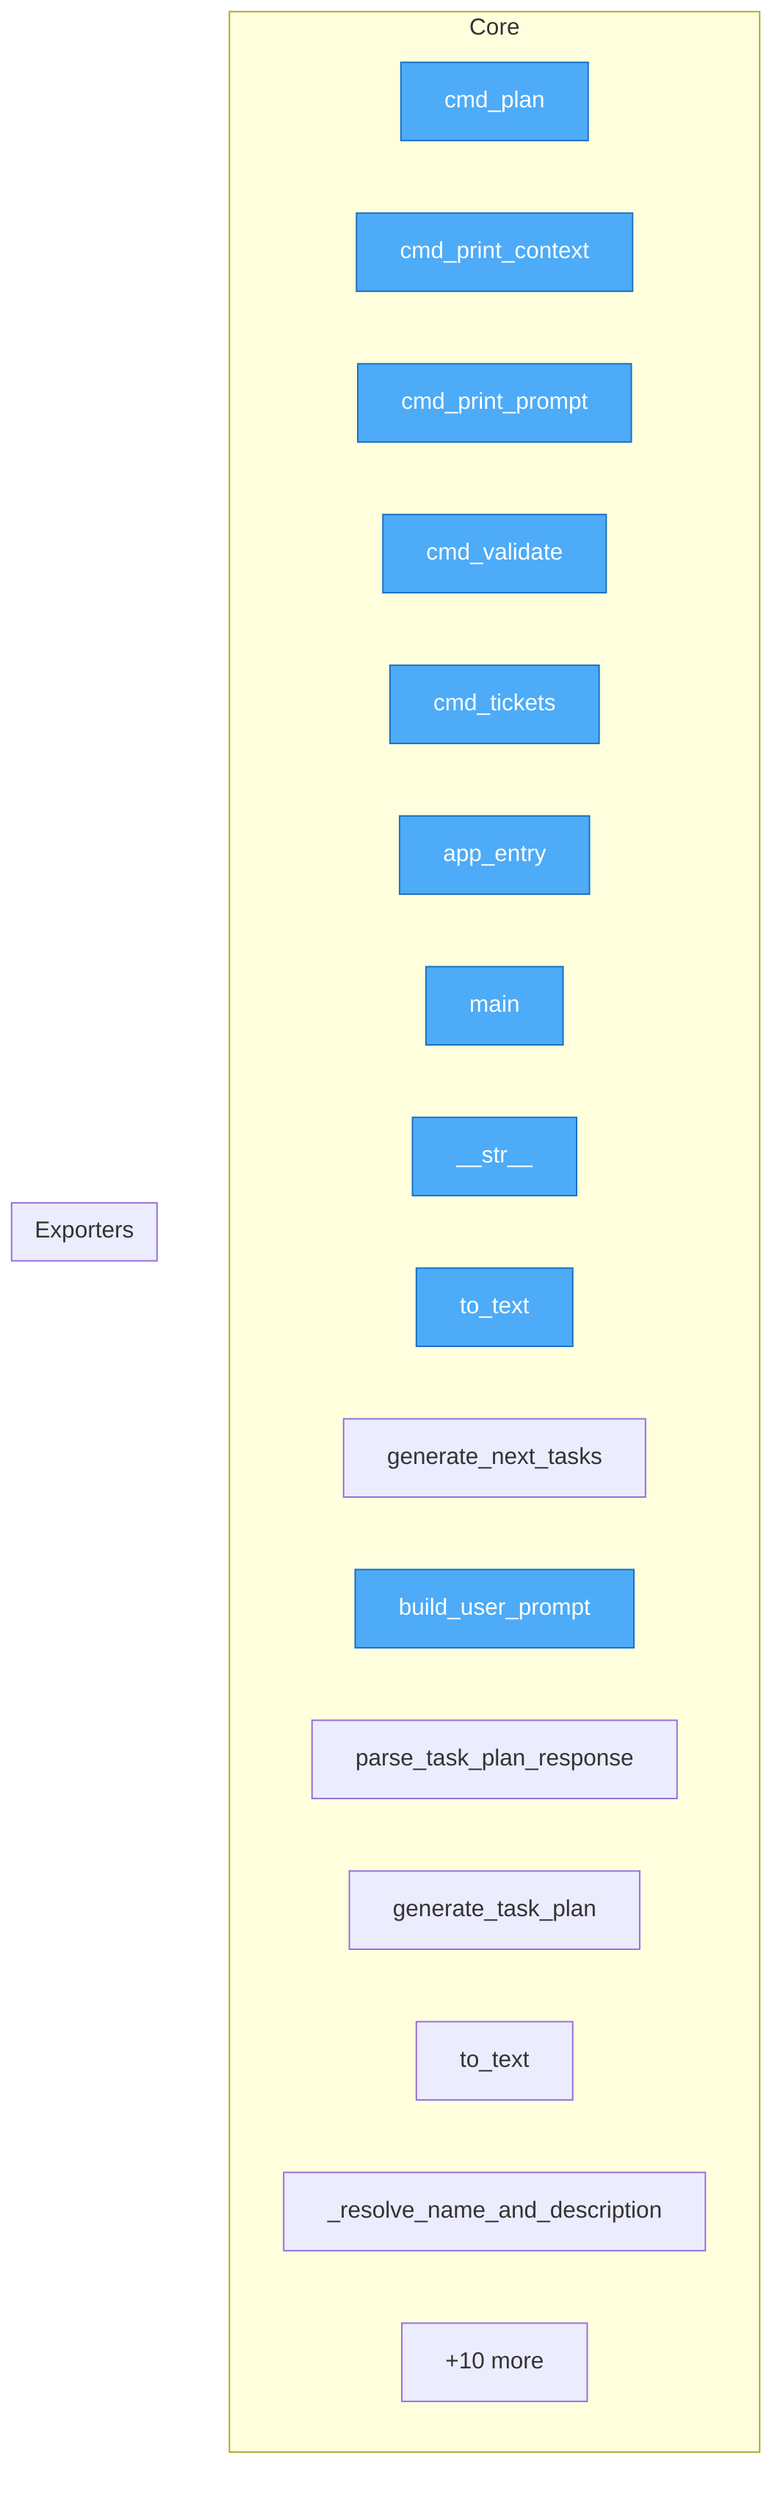
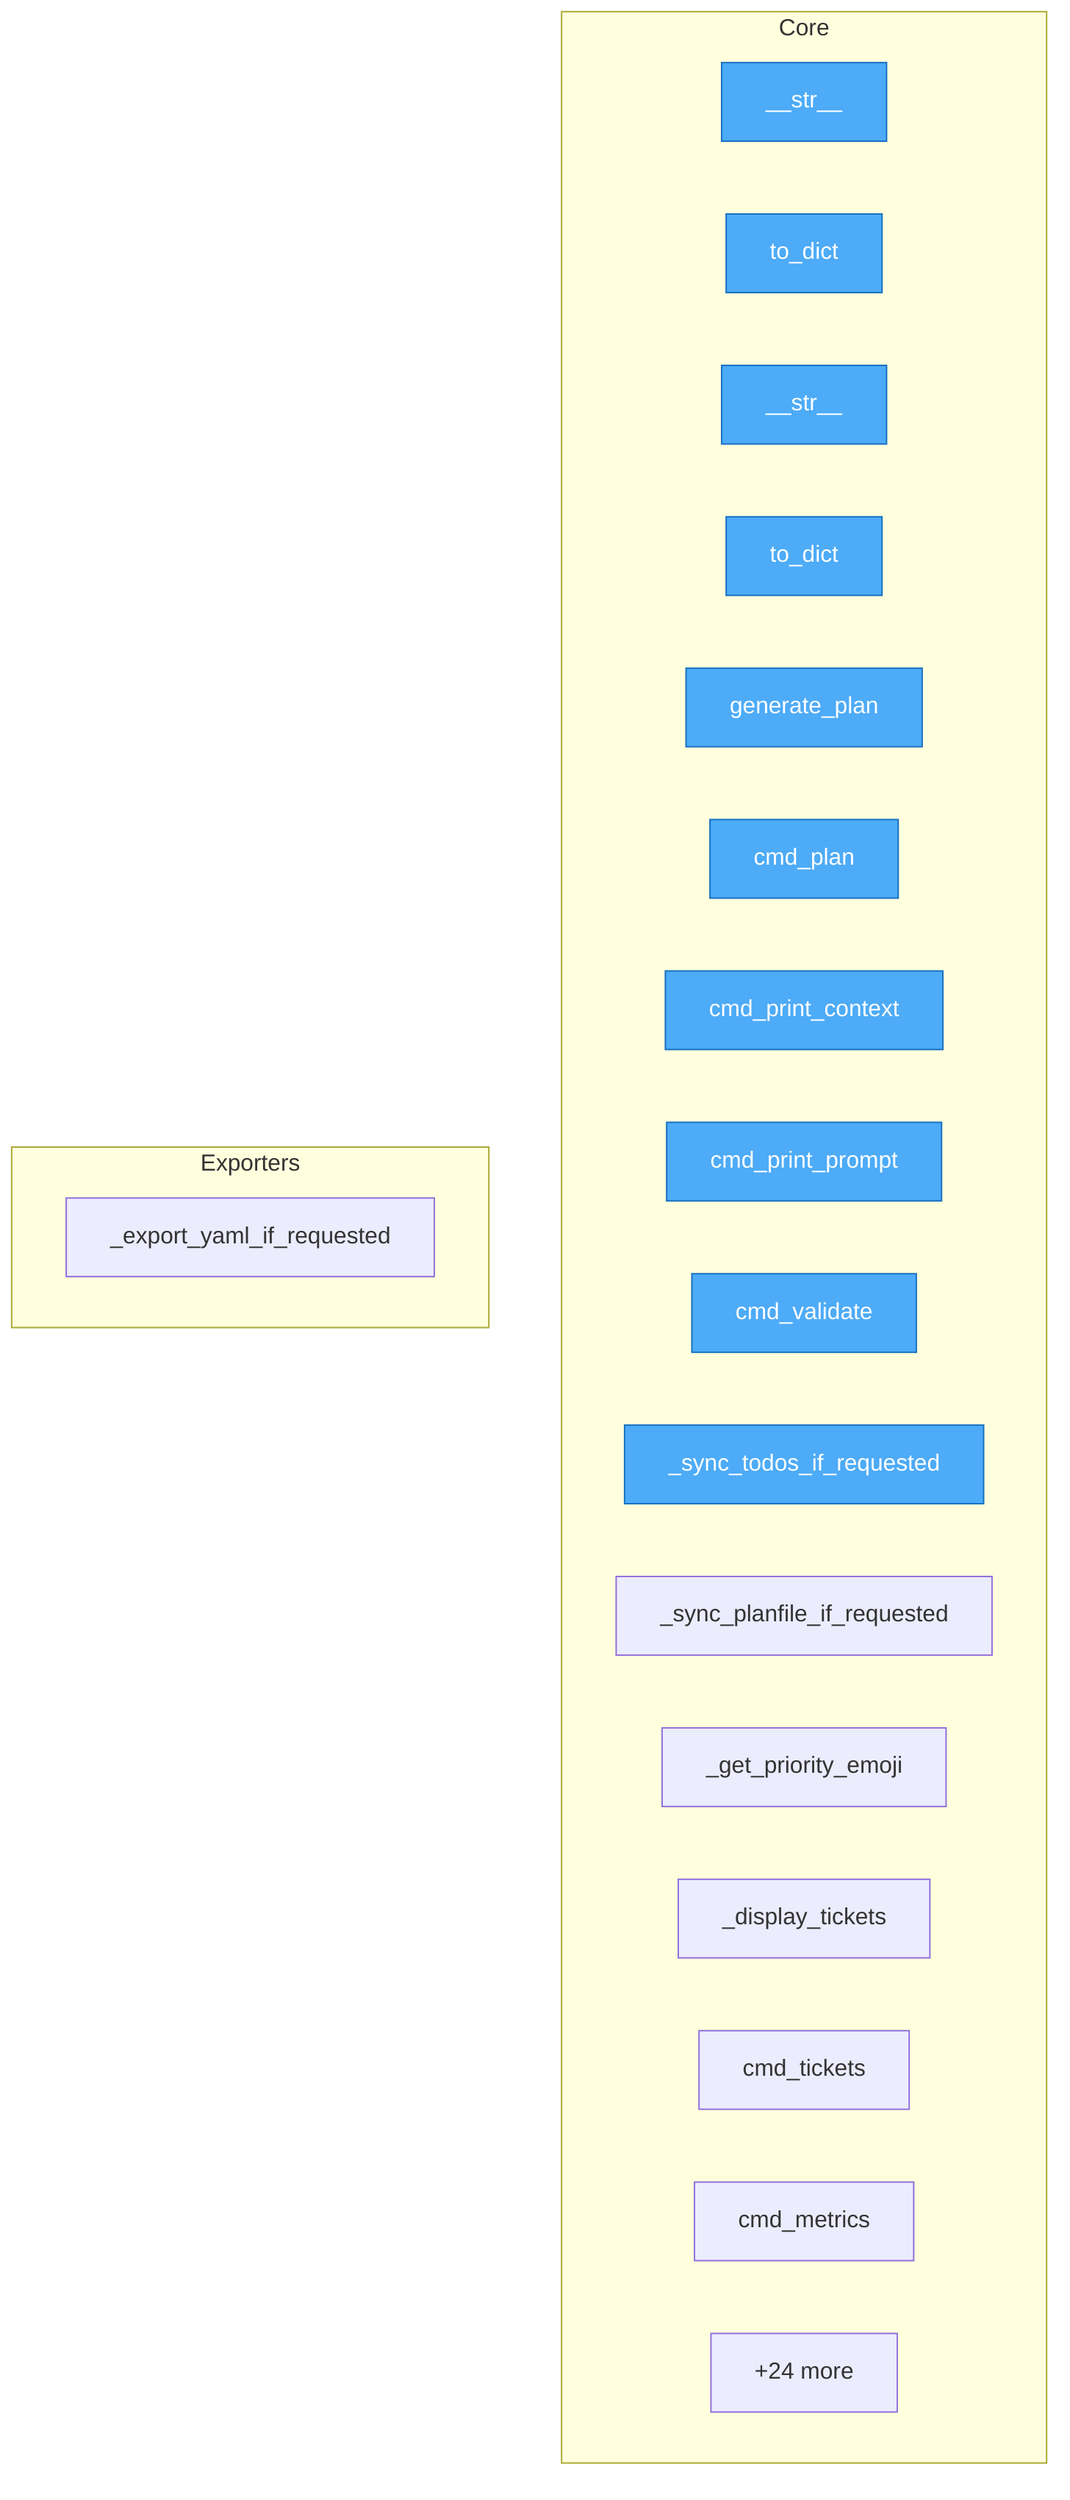
flowchart TD
%% generated in 0.00s

    %% Entry points (blue)
    classDef entry fill:#4dabf7,stroke:#1971c2,color:#fff

    subgraph Core
+         src__lane__models__Task____str__["__str__"]
+         src__lane__models__Task__to_dict["to_dict"]
+         src__lane__models__TaskPlan____str__["__str__"]
+         src__lane__models__TaskPlan__to_dict["to_dict"]
+         src__lane__providers__base__LLMProvider__generate_plan["generate_plan"]
        src__lane__cli__cmd_plan["cmd_plan"]
        src__lane__cli__cmd_print_context["cmd_print_context"]
        src__lane__cli__cmd_print_prompt["cmd_print_prompt"]
        src__lane__cli__cmd_validate["cmd_validate"]
+         src__lane__cli___sync_todos_if_requested["_sync_todos_if_requested"]
+         src__lane__cli___sync_planfile_if_requested["_sync_planfile_if_requested"]
+         src__lane__cli___get_priority_emoji["_get_priority_emoji"]
+         src__lane__cli___display_tickets["_display_tickets"]
        src__lane__cli__cmd_tickets["cmd_tickets"]
-         src__lane__cli__app_entry["app_entry"]
-         src__lane__cli__main["main"]
-         src__lane__git_reader__CommitInfo____str__["__str__"]
-         src__lane__git_reader__GitContext__to_text["to_text"]
-         src__lane__planner__generate_next_tasks["generate_next_tasks"]
-         src__lane__llm_client__build_user_prompt["build_user_prompt"]
-         src__lane__llm_client__parse_task_plan_response["parse_task_plan_response"]
-         src__lane__llm_client__OpenAICompatibleLLMClient__generate_task_plan["generate_task_plan"]
-         src__lane__project_analyzer__ProjectSnapshot__to_text["to_text"]
-         src__lane__project_analyzer___resolve_name_and_description["_resolve_name_and_description"]
-         ...["+10 more"]
+         src__lane__cli__cmd_metrics["cmd_metrics"]
+         ...["+24 more"]
    end

    subgraph Exporters
+         src__lane__cli___export_yaml_if_requested["_export_yaml_if_requested"]
    end

-     class src__lane__cli__cmd_plan,src__lane__cli__cmd_print_context,src__lane__cli__cmd_print_prompt,src__lane__cli__cmd_validate,src__lane__cli__cmd_tickets,src__lane__cli__app_entry,src__lane__cli__main,src__lane__git_reader__CommitInfo____str__,src__lane__git_reader__GitContext__to_text,src__lane__llm_client__build_user_prompt entry
+     class src__lane__models__Task____str__,src__lane__models__Task__to_dict,src__lane__models__TaskPlan____str__,src__lane__models__TaskPlan__to_dict,src__lane__providers__base__LLMProvider__generate_plan,src__lane__cli__cmd_plan,src__lane__cli__cmd_print_context,src__lane__cli__cmd_print_prompt,src__lane__cli__cmd_validate,src__lane__cli___sync_todos_if_requested entry
